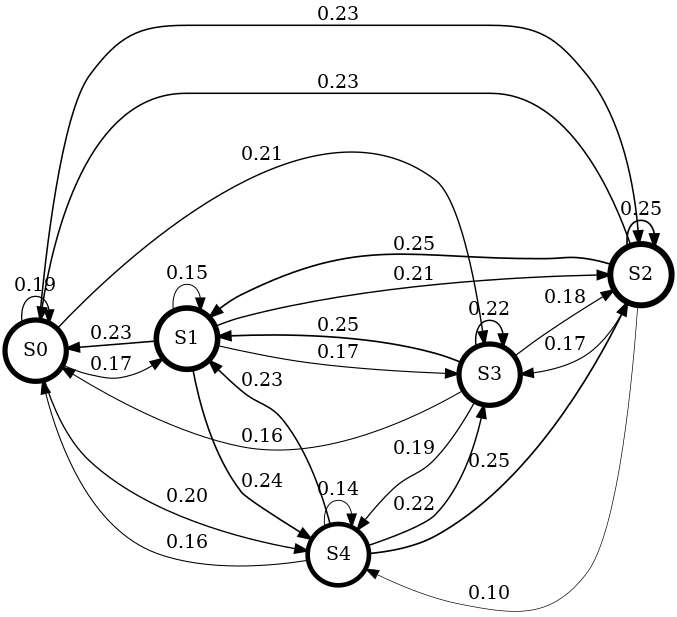
MrAlexandrov/homework_first keeps this Graphviz diagram as chain.png. Above is the earlier version. Its source is kept beside it as chain.dot.
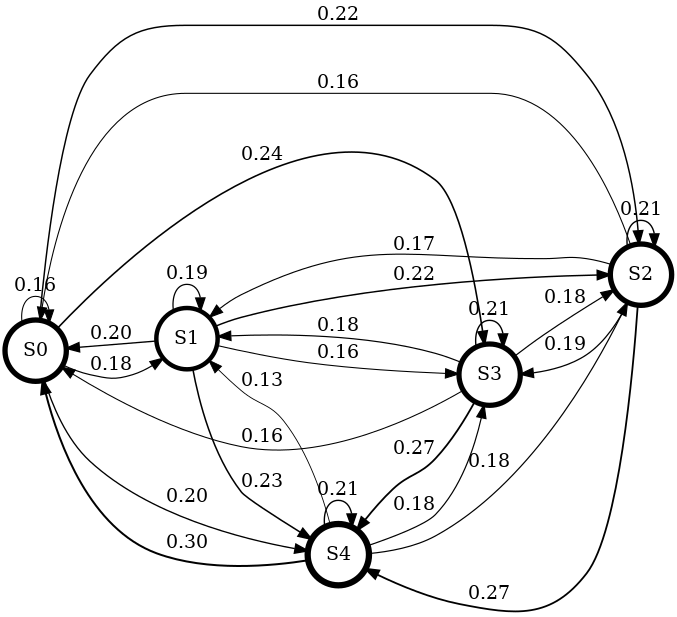
After the commit.

What changed in the source:
```diff
@@ -1,34 +1,34 @@
 digraph MarkovChain {
     rankdir=LR;
     node [shape=circle];
-    S0[label="S0", penwidth=3.92504];
-    S1[label="S1", penwidth=4.19686];
-    S2[label="S2", penwidth=4.47874];
-    S3[label="S3", penwidth=3.92697];
-    S4[label="S4", penwidth=3.47239];
-    S0 -> S0 [label="0.19", penwidth=0.95];
-    S0 -> S1 [label="0.17", penwidth=0.85];
-    S0 -> S2 [label="0.23", penwidth=1.15];
-    S0 -> S3 [label="0.21", penwidth=1.05];
+    S0[label="S0", penwidth=3.99288];
+    S1[label="S1", penwidth=3.35824];
+    S2[label="S2", penwidth=4.01448];
+    S3[label="S3", penwidth=3.93047];
+    S4[label="S4", penwidth=4.70393];
+    S0 -> S0 [label="0.16", penwidth=0.80];
+    S0 -> S1 [label="0.18", penwidth=0.90];
+    S0 -> S2 [label="0.22", penwidth=1.10];
+    S0 -> S3 [label="0.24", penwidth=1.20];
     S0 -> S4 [label="0.20", penwidth=1.00];
-    S1 -> S0 [label="0.23", penwidth=1.15];
-    S1 -> S1 [label="0.15", penwidth=0.75];
-    S1 -> S2 [label="0.21", penwidth=1.05];
-    S1 -> S3 [label="0.17", penwidth=0.85];
-    S1 -> S4 [label="0.24", penwidth=1.20];
-    S2 -> S0 [label="0.23", penwidth=1.15];
-    S2 -> S1 [label="0.25", penwidth=1.25];
-    S2 -> S2 [label="0.25", penwidth=1.25];
-    S2 -> S3 [label="0.17", penwidth=0.85];
-    S2 -> S4 [label="0.10", penwidth=0.50];
+    S1 -> S0 [label="0.20", penwidth=1.00];
+    S1 -> S1 [label="0.19", penwidth=0.95];
+    S1 -> S2 [label="0.22", penwidth=1.10];
+    S1 -> S3 [label="0.16", penwidth=0.80];
+    S1 -> S4 [label="0.23", penwidth=1.15];
+    S2 -> S0 [label="0.16", penwidth=0.80];
+    S2 -> S1 [label="0.17", penwidth=0.85];
+    S2 -> S2 [label="0.21", penwidth=1.05];
+    S2 -> S3 [label="0.19", penwidth=0.95];
+    S2 -> S4 [label="0.27", penwidth=1.35];
     S3 -> S0 [label="0.16", penwidth=0.80];
-    S3 -> S1 [label="0.25", penwidth=1.25];
+    S3 -> S1 [label="0.18", penwidth=0.90];
     S3 -> S2 [label="0.18", penwidth=0.90];
-    S3 -> S3 [label="0.22", penwidth=1.10];
-    S3 -> S4 [label="0.19", penwidth=0.95];
-    S4 -> S0 [label="0.16", penwidth=0.80];
-    S4 -> S1 [label="0.23", penwidth=1.15];
-    S4 -> S2 [label="0.25", penwidth=1.25];
-    S4 -> S3 [label="0.22", penwidth=1.10];
-    S4 -> S4 [label="0.14", penwidth=0.70];
+    S3 -> S3 [label="0.21", penwidth=1.05];
+    S3 -> S4 [label="0.27", penwidth=1.35];
+    S4 -> S0 [label="0.30", penwidth=1.50];
+    S4 -> S1 [label="0.13", penwidth=0.65];
+    S4 -> S2 [label="0.18", penwidth=0.90];
+    S4 -> S3 [label="0.18", penwidth=0.90];
+    S4 -> S4 [label="0.21", penwidth=1.05];
 }
```
